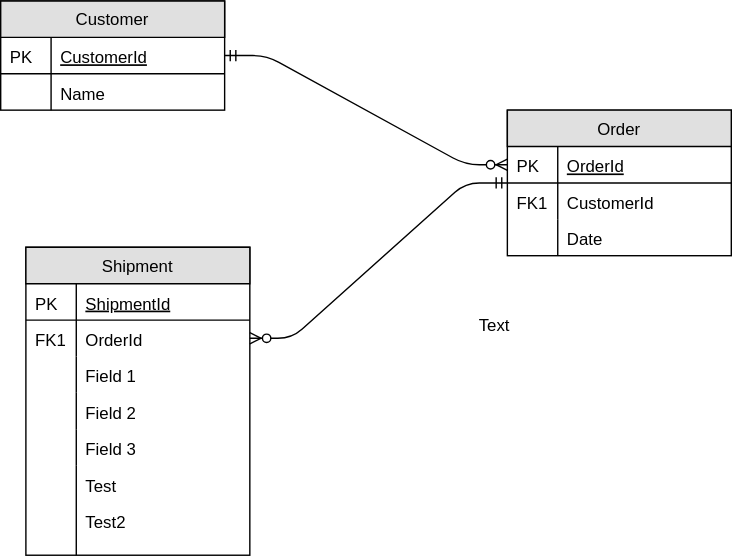
Above: images/schema.svg in alderg/sandbox (draw.io), before the change. Source tidied: cells renumbered, new cells last; positions are measured from the earlier drawing's top-left corner, leaving out a move shared by most shapes.
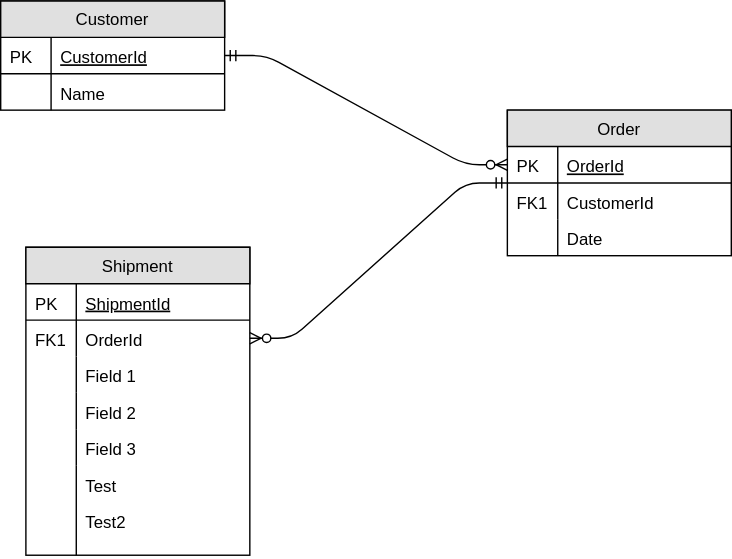
After the change.

Diff of the diagram source:
```diff
@@ -89,8 +89,5 @@
     <mxCell id="30" style="edgeStyle=entityRelationEdgeStyle;endArrow=ERzeroToMany;startArrow=ERmandOne;shadow=0;strokeWidth=1;" parent="1" edge="1" source="7" target="18">
       <mxGeometry relative="1" as="geometry" />
     </mxCell>
-    <mxCell id="31" value="Text" style="text;html=1;strokeColor=none;fillColor=none;align=center;verticalAlign=middle;whiteSpace=wrap;" parent="1" vertex="1">
-      <mxGeometry x="332" y="221" width="40" height="20" as="geometry" />
-    </mxCell>
   </root>
 </mxGraphModel>
```
